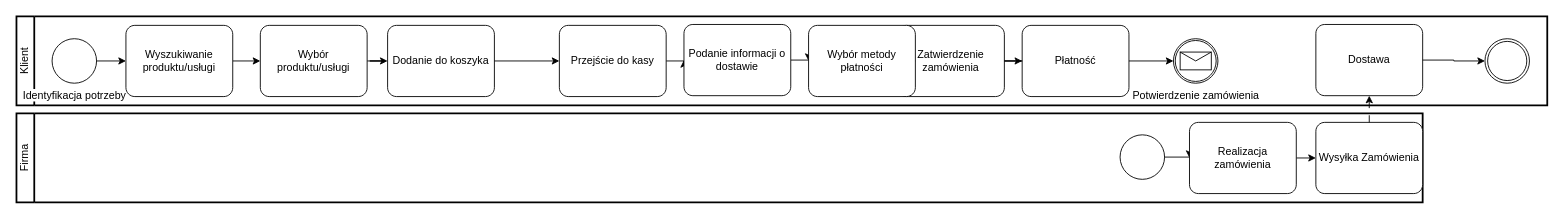
kagap/bpmn keeps this draw.io diagram as Zamowienie/Zamowienie.drawio. Above is the earlier version. Source tidied: cells renumbered, new cells numbered last; positions are measured from the earlier drawing's top-left corner, leaving out a move shared by most shapes. Both pictures are drawn from the tidied source at 89%, with x=0, y=0 at pixel (16, 16).
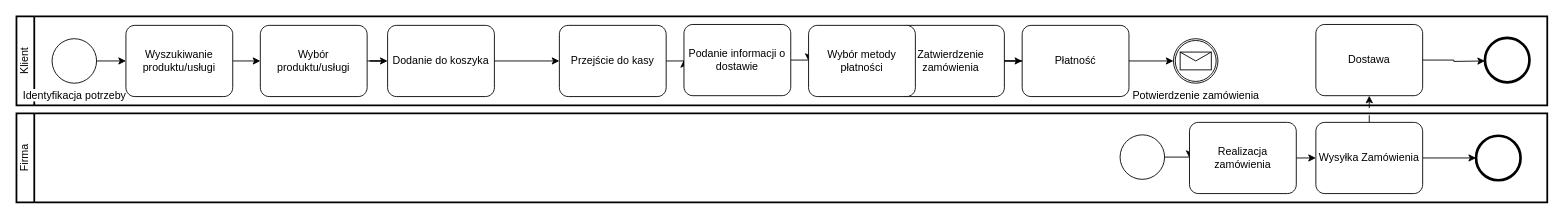
The same diagram, later.

Unchanged cells that the change refers to:
```xml
<mxCell id="2" value="Klient" style="swimlane;html=1;startSize=20;fontStyle=0;horizontal=0;swimlaneLine=1;swimlaneFillColor=#ffffff;strokeWidth=2;whiteSpace=wrap;" parent="1" vertex="1">
  <mxGeometry width="1720" height="100" as="geometry" />
</mxCell>
<mxCell id="15" value="Dostawa" style="points=[[0.25,0,0],[0.5,0,0],[0.75,0,0],[1,0.25,0],[1,0.5,0],[1,0.75,0],[0.75,1,0],[0.5,1,0],[0.25,1,0],[0,0.75,0],[0,0.5,0],[0,0.25,0]];shape=mxgraph.bpmn.task;whiteSpace=wrap;rectStyle=rounded;size=10;html=1;taskMarker=abstract;" parent="2" vertex="1">
  <mxGeometry x="1460" y="9" width="120" height="80" as="geometry" />
</mxCell>
<mxCell id="28" value="Wysyłka Zamówienia" style="points=[[0.25,0,0],[0.5,0,0],[0.75,0,0],[1,0.25,0],[1,0.5,0],[1,0.75,0],[0.75,1,0],[0.5,1,0],[0.25,1,0],[0,0.75,0],[0,0.5,0],[0,0.25,0]];shape=mxgraph.bpmn.task;whiteSpace=wrap;rectStyle=rounded;size=10;html=1;taskMarker=abstract;" parent="23" vertex="1">
  <mxGeometry x="1460" y="10" width="120" height="80" as="geometry" />
</mxCell>
```

Change to the diagram source:
```diff
@@
+    <mxCell id="32" style="shape=mxgraph.bpmn.event;html=1;verticalLabelPosition=bottom;labelBackgroundColor=#ffffff;verticalAlign=top;align=center;perimeter=ellipsePerimeter;outline=end;symbol=terminate2;" parent="2" vertex="1">
+      <mxGeometry x="1650" y="24" width="50" height="50" as="geometry" />
+    </mxCell>
@@
     <mxCell id="23" value="Firma" style="swimlane;html=1;startSize=20;fontStyle=0;horizontal=0;swimlaneLine=1;swimlaneFillColor=#ffffff;strokeWidth=2;whiteSpace=wrap;" parent="1" vertex="1">
-      <mxGeometry y="109" width="1580" height="100" as="geometry" />
+      <mxGeometry y="109" width="1720" height="100" as="geometry" />
     </mxCell>
@@
+    <mxCell id="33" style="edgeStyle=orthogonalEdgeStyle;rounded=0;jettySize=auto;html=1;exitX=1;exitY=0.5;exitDx=0;exitDy=0;exitPerimeter=0;entryX=0;entryY=0.5;entryDx=0;entryDy=0;entryPerimeter=0;" parent="23" edge="1" source="28" target="34">
+      <mxGeometry relative="1" as="geometry" />
+    </mxCell>
@@
+    <mxCell id="34" style="points=[[0.145,0.145,0],[0.5,0,0],[0.855,0.145,0],[1,0.5,0],[0.855,0.855,0],[0.5,1,0],[0.145,0.855,0],[0,0.5,0]];shape=mxgraph.bpmn.event;html=1;verticalLabelPosition=bottom;labelBackgroundColor=#ffffff;verticalAlign=top;align=center;perimeter=ellipsePerimeter;outlineConnect=0;outline=end;symbol=terminate2;" parent="23" vertex="1">
+      <mxGeometry x="1640" y="25" width="50" height="50" as="geometry" />
+    </mxCell>
@@
-    <mxCell id="30" style="points=[[0.145,0.145,0],[0.5,0,0],[0.855,0.145,0],[1,0.5,0],[0.855,0.855,0],[0.5,1,0],[0.145,0.855,0],[0,0.5,0]];shape=mxgraph.bpmn.event;html=1;verticalLabelPosition=bottom;labelBackgroundColor=#ffffff;verticalAlign=top;align=center;perimeter=ellipsePerimeter;outlineConnect=0;outline=throwing;symbol=general;" parent="1" vertex="1">
-      <mxGeometry x="1650" y="25" width="50" height="50" as="geometry" />
-    </mxCell>
-    <mxCell id="31" style="edgeStyle=orthogonalEdgeStyle;rounded=0;jettySize=auto;html=1;exitX=1;exitY=0.5;exitDx=0;exitDy=0;exitPerimeter=0;entryX=0;entryY=0.5;entryDx=0;entryDy=0;entryPerimeter=0;" parent="1" edge="1" source="15" target="30">
-      <mxGeometry relative="1" as="geometry" />
+    <mxCell id="31" style="edgeStyle=orthogonalEdgeStyle;rounded=0;jettySize=auto;html=1;exitX=1;exitY=0.5;exitDx=0;exitDy=0;exitPerimeter=0;entryX=0;entryY=0.5;entryDx=0;entryDy=0;entryPerimeter=0;" parent="1" edge="1" source="15">
+      <mxGeometry relative="1" as="geometry">
+        <mxPoint x="1650" y="50" as="targetPoint" />
+      </mxGeometry>
     </mxCell>
```
